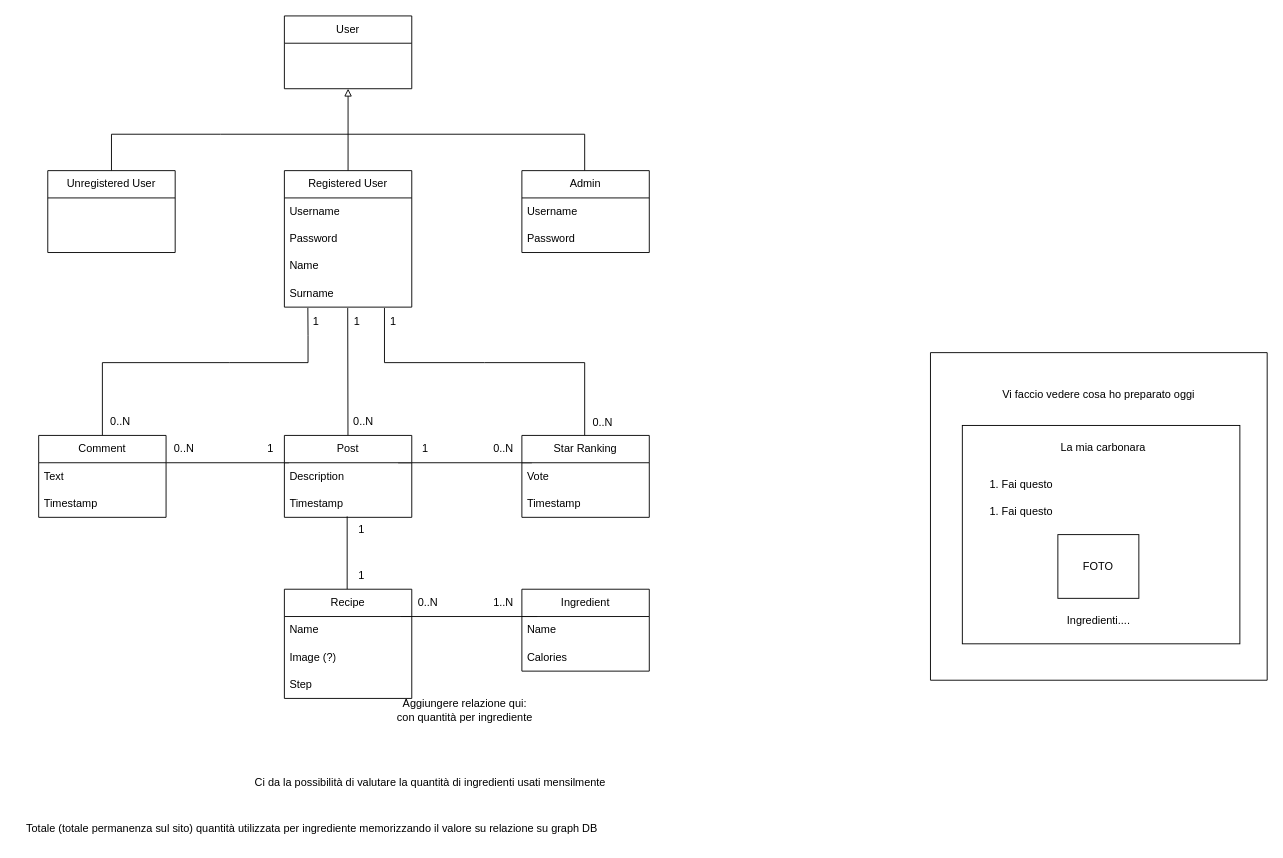
Above: page "Pagina-2" (2 of 2) of Idea/PowerPoint/Resources/uml_class_diagram.drawio in GiuseppeSoriano/WeFood (draw.io), before the change. Source tidied: cells renumbered, new cells numbered last; positions are measured from the earlier drawing's top-left corner, leaving out a move shared by most shapes. Both pictures are drawn from the tidied source at 91%, with x=0, y=0 at pixel (15, 15).
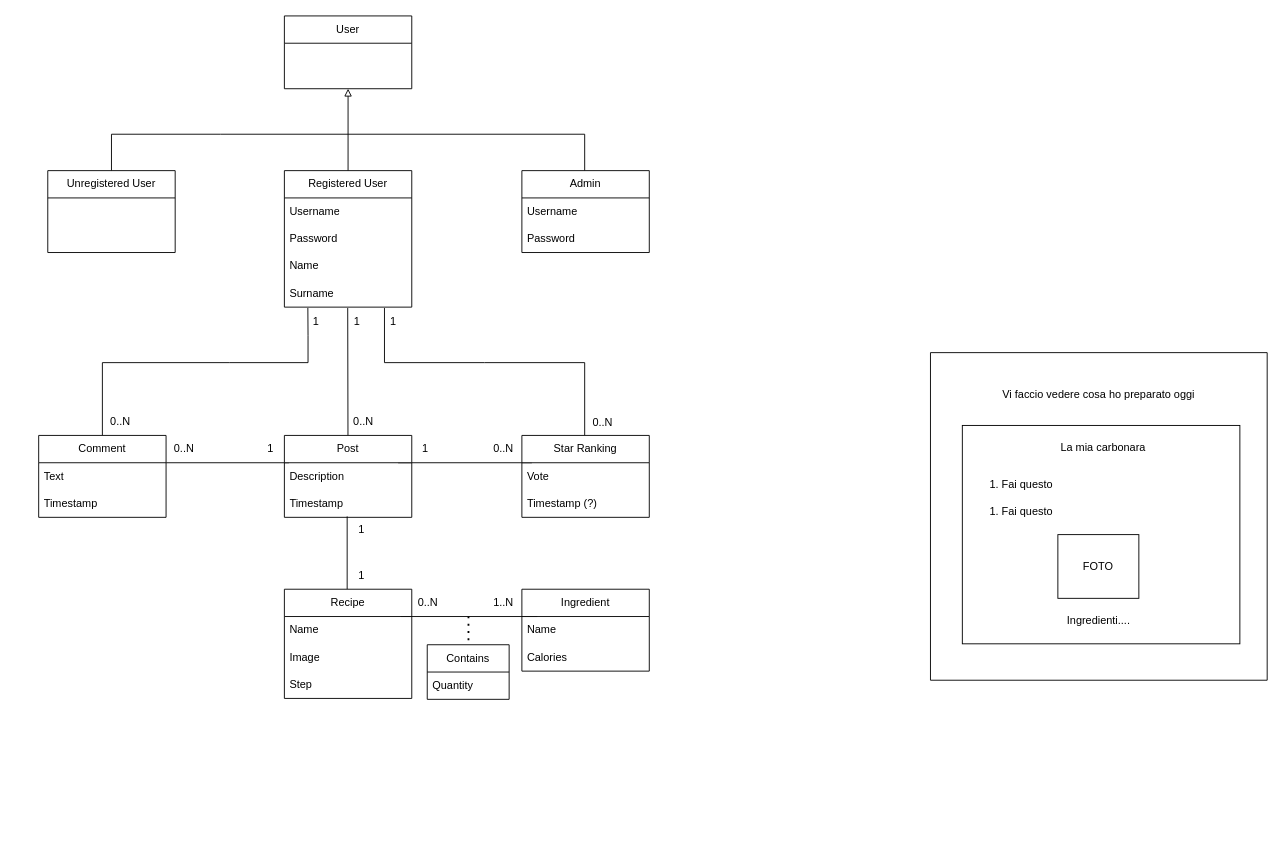
The same page after the edit.

Unchanged cells that the change refers to:
```xml
<mxCell id="45" value="Star Ranking" style="swimlane;fontStyle=0;horizontal=1;startSize=30;whiteSpace=wrap;html=1;" parent="1" vertex="1">
  <mxGeometry x="556" y="461" width="140" height="90" as="geometry" />
</mxCell>
<mxCell id="48" value="Recipe" style="swimlane;fontStyle=0;horizontal=1;startSize=30;whiteSpace=wrap;html=1;" parent="1" vertex="1">
  <mxGeometry x="295" y="630" width="140" height="120" as="geometry" />
</mxCell>
```

Diff of the diagram source:
```diff
@@
-    <mxCell id="47" value="Timestamp" style="text;strokeColor=none;fillColor=none;align=left;verticalAlign=middle;spacingLeft=4;spacingRight=4;overflow=hidden;whiteSpace=wrap;html=1;" parent="45" vertex="1">
+    <mxCell id="47" value="Timestamp (?)" style="text;strokeColor=none;fillColor=none;align=left;verticalAlign=middle;spacingLeft=4;spacingRight=4;overflow=hidden;whiteSpace=wrap;html=1;" parent="45" vertex="1">
       <mxGeometry y="60" width="140" height="30" as="geometry" />
     </mxCell>
@@
-    <mxCell id="50" value="Image (?)" style="text;strokeColor=none;fillColor=none;align=left;verticalAlign=middle;spacingLeft=4;spacingRight=4;overflow=hidden;whiteSpace=wrap;html=1;" parent="48" vertex="1">
+    <mxCell id="50" value="Image" style="text;strokeColor=none;fillColor=none;align=left;verticalAlign=middle;spacingLeft=4;spacingRight=4;overflow=hidden;whiteSpace=wrap;html=1;" parent="48" vertex="1">
       <mxGeometry y="60" width="140" height="30" as="geometry" />
     </mxCell>
@@
-    <mxCell id="63" value="Aggiungere relazione qui:&lt;br&gt;con quantità per ingrediente" style="text;html=1;align=center;verticalAlign=middle;strokeColor=none;fillColor=none;" parent="1" vertex="1">
-      <mxGeometry x="408" y="743" width="170" height="40" as="geometry" />
-    </mxCell>
-    <mxCell id="64" value="Ci da la possibilità di valutare la quantità di ingredienti usati mensilmente&lt;br&gt;" style="text;html=1;align=center;verticalAlign=middle;strokeColor=none;fillColor=none;" parent="1" vertex="1">
-      <mxGeometry x="250" y="828" width="410" height="30" as="geometry" />
-    </mxCell>
-    <mxCell id="65" value="Totale (totale permanenza sul sito) quantità utilizzata per ingrediente memorizzando il valore su relazione su graph DB" style="text;html=1;align=center;verticalAlign=middle;strokeColor=none;fillColor=none;" parent="1" vertex="1">
-      <mxGeometry y="878" width="650" height="30" as="geometry" />
-    </mxCell>
+    <mxCell id="66" style="endArrow=none;dashed=1;html=1;dashPattern=1 3;strokeWidth=2;rounded=0;" parent="1" edge="1">
+      <mxGeometry relative="1" as="geometry">
+        <mxPoint x="497.3" y="710" as="sourcePoint" />
+        <mxPoint x="497.3" y="660" as="targetPoint" />
+      </mxGeometry>
+    </mxCell>
+    <mxCell id="67" value="Contains" style="swimlane;fontStyle=0;horizontal=1;startSize=30;whiteSpace=wrap;html=1;" parent="1" vertex="1">
+      <mxGeometry x="452" y="691" width="90" height="60" as="geometry" />
+    </mxCell>
+    <mxCell id="68" value="Quantity" style="text;strokeColor=none;fillColor=none;align=left;verticalAlign=middle;spacingLeft=4;spacingRight=4;overflow=hidden;whiteSpace=wrap;html=1;" parent="67" vertex="1">
+      <mxGeometry y="30" width="90" height="30" as="geometry" />
+    </mxCell>
```
